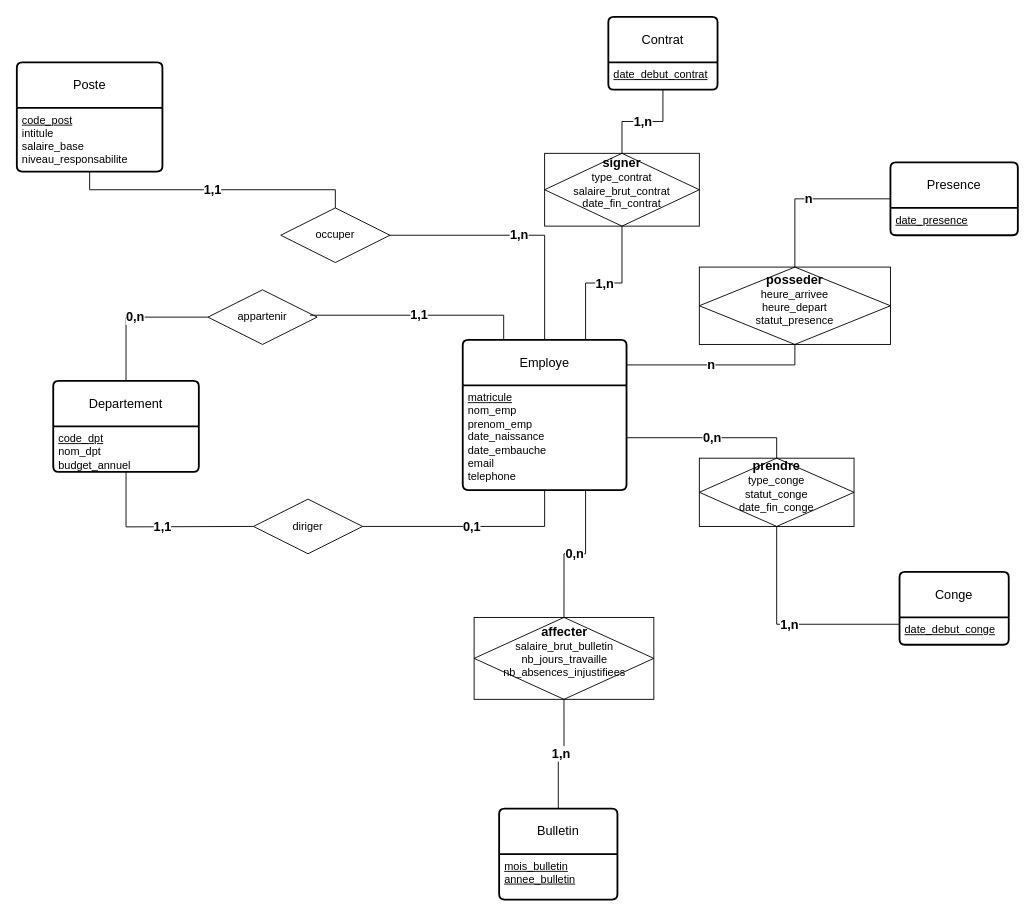
Hissein8/mini_projet_SGBD keeps this draw.io diagram as page "Page-2" (2 of 2) of mini_projet.drawio. Above is the earlier version. Source tidied: cells renumbered, new cells numbered last; positions are measured from the earlier drawing's top-left corner, leaving out a move shared by most shapes. Both pictures are drawn from the tidied source at 91%, with x=0, y=0 at pixel (16, 16).
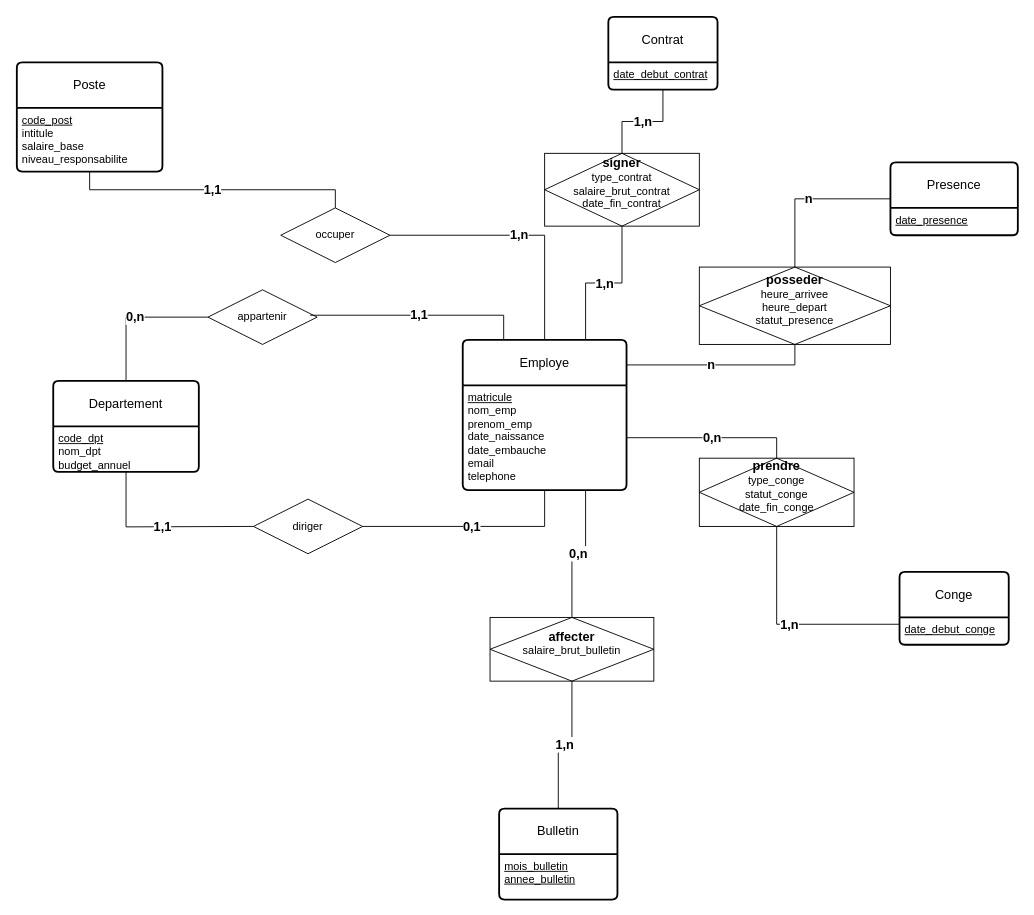
After the change.

The edit, as a diff of the source:
```diff
@@
-    <mxCell id="29" value="&lt;span style=&quot;font-size: 14px;&quot;&gt;&lt;b&gt;affecter&lt;/b&gt;&lt;/span&gt;&lt;br&gt;&lt;div&gt;&lt;div&gt;salaire_brut_bulletin&lt;/div&gt;&lt;div&gt;nb_jours_travaille&lt;/div&gt;&lt;div&gt;nb_absences_injustifiees&lt;/div&gt;&lt;div&gt;&lt;br&gt;&lt;/div&gt;&lt;/div&gt;" style="shape=associativeEntity;whiteSpace=wrap;html=1;align=center;" parent="1" vertex="1">
-      <mxGeometry x="502.5" y="660" width="197.5" height="90" as="geometry" />
+    <mxCell id="29" value="&lt;span style=&quot;font-size: 14px;&quot;&gt;&lt;b&gt;affecter&lt;/b&gt;&lt;/span&gt;&lt;br&gt;&lt;div&gt;&lt;div&gt;salaire_brut_bulletin&lt;/div&gt;&lt;div&gt;&lt;br&gt;&lt;/div&gt;&lt;/div&gt;" style="shape=associativeEntity;whiteSpace=wrap;html=1;align=center;" parent="1" vertex="1">
+      <mxGeometry x="520" y="660" width="180" height="70" as="geometry" />
     </mxCell>
```
